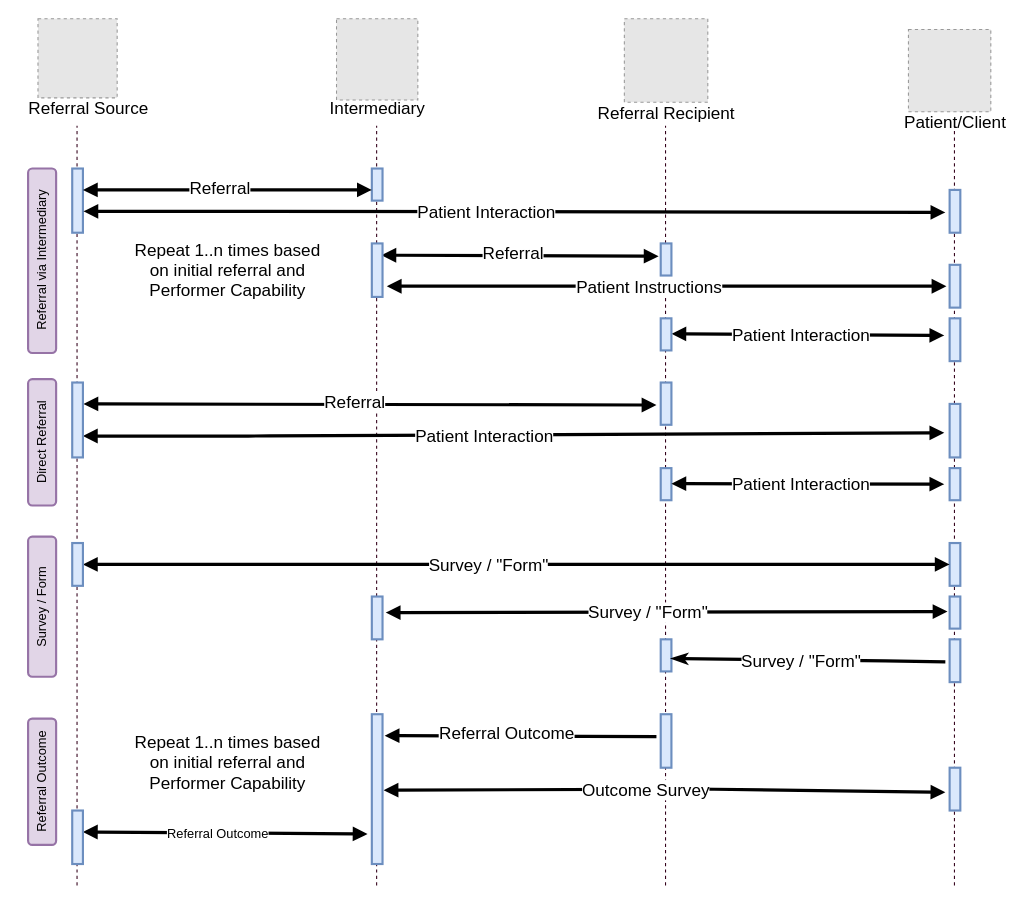
Before: Images Source/OverallInteractions.drawio in HL7/fhir-sdoh-clinicalcare, a draw.io diagram. Source tidied: cells renumbered, new cells numbered last; positions are measured from the earlier drawing's top-left corner, leaving out a move shared by most shapes. Both pictures are drawn from the tidied source at 107%, with x=0, y=0 at pixel (-50, 18). Pictures stored in the file or linked from it are replaced by grey dashed boxes.
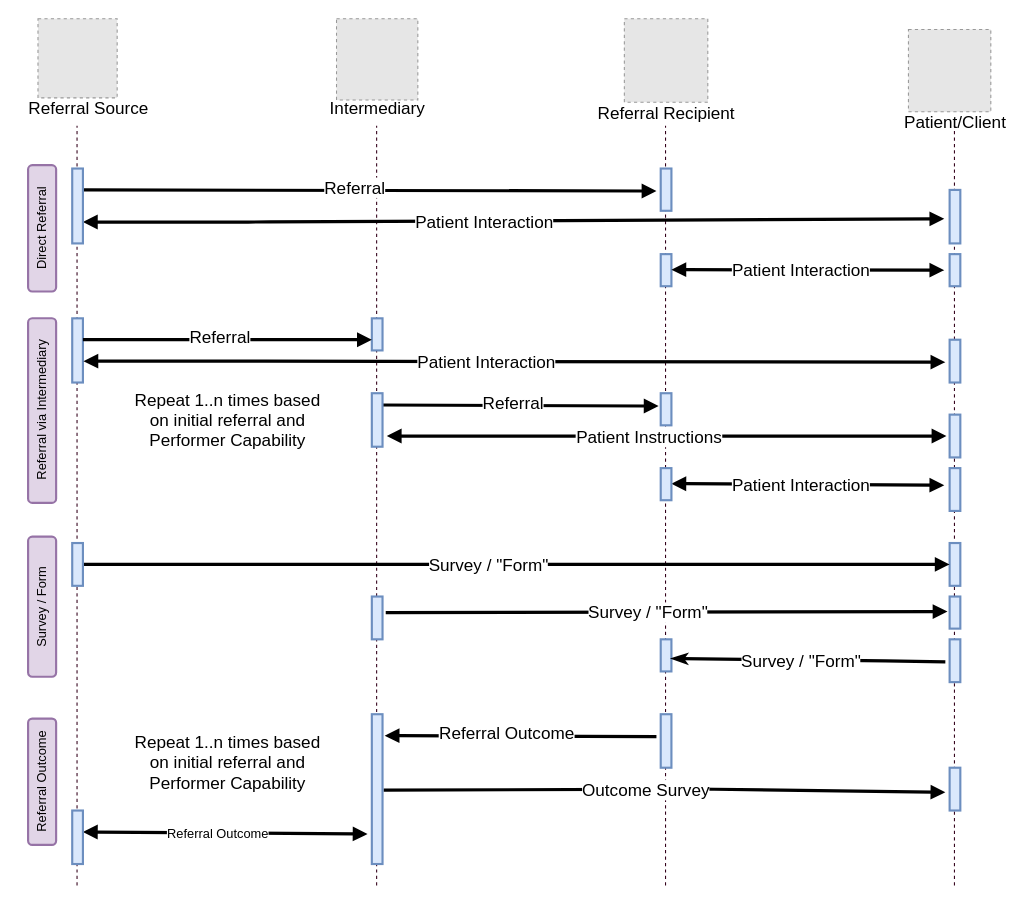
After the change.

Unchanged cells that the change refers to:
```xml
<mxCell id="11" style="html=1;points=[];perimeter=orthogonalPerimeter;fillColor=#dae8fc;strokeColor=#6c8ebf;strokeWidth=2;fontSize=16;" parent="1" vertex="1">
  <mxGeometry x="394" y="540" width="10" height="40" as="geometry" />
</mxCell>
<mxCell id="44" style="html=1;points=[];perimeter=orthogonalPerimeter;fillColor=#dae8fc;strokeColor=#6c8ebf;strokeWidth=2;fontSize=16;" parent="1" vertex="1">
  <mxGeometry x="394" y="650" width="10" height="140" as="geometry" />
</mxCell>
<mxCell id="54" style="html=1;points=[];perimeter=orthogonalPerimeter;fillColor=#dae8fc;strokeColor=#6c8ebf;strokeWidth=2;fontSize=16;" parent="1" vertex="1">
  <mxGeometry x="934" y="540" width="10" height="30" as="geometry" />
</mxCell>
<mxCell id="55" style="html=1;points=[];perimeter=orthogonalPerimeter;fillColor=#dae8fc;strokeColor=#6c8ebf;strokeWidth=2;fontSize=16;" parent="1" vertex="1">
  <mxGeometry x="934" y="700" width="10" height="40" as="geometry" />
</mxCell>
```

Diff of the diagram source:
```diff
@@
     <mxCell id="6" style="html=1;perimeter=orthogonalPerimeter;fillColor=#dae8fc;strokeColor=#6c8ebf;strokeWidth=2;" parent="1" vertex="1">
-      <mxGeometry x="114" y="140" width="10" height="60" as="geometry" />
+      <mxGeometry x="114" y="280" width="10" height="60" as="geometry" />
     </mxCell>
     <mxCell id="7" style="html=1;perimeter=orthogonalPerimeter;fillColor=#dae8fc;strokeColor=#6c8ebf;strokeWidth=2;fontSize=16;" parent="1" vertex="1">
-      <mxGeometry x="394" y="140" width="10" height="30" as="geometry" />
+      <mxGeometry x="394" y="280" width="10" height="30" as="geometry" />
     </mxCell>
-    <mxCell id="8" value="&lt;span style=&quot;font-size: 16px;&quot;&gt;Referral&lt;br style=&quot;font-size: 16px;&quot;&gt;&lt;/span&gt;" style="html=1;verticalAlign=bottom;endArrow=block;startArrow=block;startFill=1;strokeWidth=3;fontSize=16;" parent="1" edge="1">
+    <mxCell id="8" value="&lt;span style=&quot;font-size: 16px;&quot;&gt;Referral&lt;br style=&quot;font-size: 16px;&quot;&gt;&lt;/span&gt;" style="html=1;verticalAlign=bottom;endArrow=block;startArrow=none;startFill=0;strokeWidth=3;fontSize=16;" parent="1" edge="1">
       <mxGeometry x="-0.05" y="-10" relative="1" as="geometry">
-        <mxPoint x="124" y="160" as="sourcePoint" />
-        <mxPoint x="394" y="160" as="targetPoint" />
+        <mxPoint x="124" y="300" as="sourcePoint" />
+        <mxPoint x="394" y="300" as="targetPoint" />
       </mxGeometry>
     </mxCell>
     <mxCell id="9" value="&lt;span style=&quot;font-size: 12px&quot;&gt;&lt;br&gt;&lt;/span&gt;" style="html=1;verticalAlign=bottom;endArrow=block;startArrow=block;startFill=1;strokeWidth=3;entryX=-0.4;entryY=0.525;entryDx=0;entryDy=0;entryPerimeter=0;" parent="1" edge="1" target="50">
       <mxGeometry x="0.01" relative="1" as="geometry">
-        <mxPoint x="124.5" y="180" as="sourcePoint" />
+        <mxPoint x="124.5" y="320" as="sourcePoint" />
         <Array as="points">
-          <mxPoint x="284" y="180" />
+          <mxPoint x="284" y="320" />
         </Array>
       </mxGeometry>
     </mxCell>
@@
-    <mxCell id="13" value="&lt;span style=&quot;font-size: 16px;&quot;&gt;Referral&lt;br style=&quot;font-size: 16px;&quot;&gt;&lt;/span&gt;" style="html=1;verticalAlign=bottom;endArrow=block;startArrow=block;startFill=1;strokeWidth=3;exitX=0.9;exitY=0.22;exitDx=0;exitDy=0;exitPerimeter=0;entryX=-0.2;entryY=0.4;entryDx=0;entryDy=0;entryPerimeter=0;fontSize=16;" parent="1" edge="1" source="43" target="45">
+    <mxCell id="13" value="&lt;span style=&quot;font-size: 16px;&quot;&gt;Referral&lt;br style=&quot;font-size: 16px;&quot;&gt;&lt;/span&gt;" style="html=1;verticalAlign=bottom;endArrow=block;startArrow=none;startFill=0;strokeWidth=3;exitX=0.9;exitY=0.22;exitDx=0;exitDy=0;exitPerimeter=0;entryX=-0.2;entryY=0.4;entryDx=0;entryDy=0;entryPerimeter=0;fontSize=16;" parent="1" edge="1" source="43" target="45">
       <mxGeometry x="-0.05" y="-10" relative="1" as="geometry" />
     </mxCell>
@@
     <mxCell id="16" value="Repeat 1..n times based&lt;br style=&quot;font-size: 16px;&quot;&gt;on initial referral and&lt;br style=&quot;font-size: 16px;&quot;&gt;Performer Capability" style="text;html=1;align=center;verticalAlign=middle;fillColor=none;strokeColor=none;rounded=0;fontSize=16;" parent="1" vertex="1">
-      <mxGeometry x="164" y="205" width="190" height="60" as="geometry" />
+      <mxGeometry x="164" y="345" width="190" height="60" as="geometry" />
     </mxCell>
     <mxCell id="17" value="&lt;span style=&quot;font-size: 16px;&quot;&gt;&lt;br style=&quot;font-size: 16px;&quot;&gt;&lt;/span&gt;" style="html=1;verticalAlign=bottom;endArrow=block;startArrow=block;startFill=1;strokeWidth=3;entryX=-0.5;entryY=0.4;entryDx=0;entryDy=0;entryPerimeter=0;fontSize=16;" parent="1" edge="1" target="52">
       <mxGeometry x="0.01" relative="1" as="geometry">
-        <mxPoint x="674" y="294.5" as="sourcePoint" />
+        <mxPoint x="674" y="434.5" as="sourcePoint" />
       </mxGeometry>
     </mxCell>
@@
     <mxCell id="19" value="Referral via Intermediary" style="rounded=1;whiteSpace=wrap;html=1;rotation=-90;fillColor=#e1d5e7;strokeColor=#9673a6;strokeWidth=2;" parent="1" vertex="1">
-      <mxGeometry x="-0.4" y="213.1" width="172.5" height="26.2" as="geometry" />
+      <mxGeometry x="-0.4" y="353.1" width="172.5" height="26.2" as="geometry" />
     </mxCell>
-    <mxCell id="20" value="&lt;span style=&quot;font-size: 16px;&quot;&gt;Referral&lt;br style=&quot;font-size: 16px;&quot;&gt;&lt;/span&gt;" style="html=1;verticalAlign=bottom;endArrow=block;startArrow=block;startFill=1;strokeWidth=3;entryX=-0.4;entryY=0.532;entryDx=0;entryDy=0;entryPerimeter=0;fontSize=16;" parent="1" edge="1" target="48">
+    <mxCell id="20" value="&lt;span style=&quot;font-size: 16px;&quot;&gt;Referral&lt;br style=&quot;font-size: 16px;&quot;&gt;&lt;/span&gt;" style="html=1;verticalAlign=bottom;endArrow=block;startArrow=none;startFill=0;strokeWidth=3;entryX=-0.4;entryY=0.532;entryDx=0;entryDy=0;entryPerimeter=0;fontSize=16;" parent="1" edge="1" target="48">
       <mxGeometry x="-0.05" y="-10" relative="1" as="geometry">
-        <mxPoint x="124.5" y="360" as="sourcePoint" />
+        <mxPoint x="124.5" y="160" as="sourcePoint" />
       </mxGeometry>
     </mxCell>
     <mxCell id="21" value="Direct Referral" style="rounded=1;whiteSpace=wrap;html=1;rotation=-90;fillColor=#e1d5e7;strokeColor=#9673a6;strokeWidth=2;" parent="1" vertex="1">
-      <mxGeometry x="26.8" y="382.8" width="118.1" height="26.2" as="geometry" />
+      <mxGeometry x="26.8" y="182.8" width="118.1" height="26.2" as="geometry" />
     </mxCell>
     <mxCell id="22" value="&lt;span style=&quot;font-size: 12px&quot;&gt;&lt;br&gt;&lt;/span&gt;" style="html=1;verticalAlign=bottom;endArrow=block;startArrow=block;startFill=1;strokeWidth=3;entryX=-0.5;entryY=0.54;entryDx=0;entryDy=0;entryPerimeter=0;" parent="1" edge="1" target="53">
       <mxGeometry x="0.01" relative="1" as="geometry">
-        <mxPoint x="124" y="390" as="sourcePoint" />
+        <mxPoint x="124" y="190" as="sourcePoint" />
         <Array as="points">
-          <mxPoint x="288.5" y="390" />
+          <mxPoint x="288.5" y="190" />
         </Array>
       </mxGeometry>
     </mxCell>
@@
     <mxCell id="24" style="html=1;perimeter=orthogonalPerimeter;fillColor=#dae8fc;strokeColor=#6c8ebf;strokeWidth=2;fontSize=16;" parent="1" vertex="1">
-      <mxGeometry x="664" y="420" width="10" height="30" as="geometry" />
+      <mxGeometry x="664" y="220" width="10" height="30" as="geometry" />
     </mxCell>
     <mxCell id="25" style="html=1;points=[];perimeter=orthogonalPerimeter;fillColor=#dae8fc;strokeColor=#6c8ebf;strokeWidth=2;fontSize=16;" parent="1" vertex="1">
-      <mxGeometry x="934" y="420" width="10" height="30" as="geometry" />
+      <mxGeometry x="934" y="220" width="10" height="30" as="geometry" />
     </mxCell>
     <mxCell id="26" value="&lt;span style=&quot;font-size: 16px;&quot;&gt;&lt;br style=&quot;font-size: 16px;&quot;&gt;&lt;/span&gt;" style="html=1;verticalAlign=bottom;endArrow=block;startArrow=block;startFill=1;strokeWidth=3;entryX=-0.5;entryY=0.5;entryDx=0;entryDy=0;entryPerimeter=0;fontSize=16;" parent="1" edge="1" target="25">
       <mxGeometry x="0.01" relative="1" as="geometry">
-        <mxPoint x="674" y="434.5" as="sourcePoint" />
+        <mxPoint x="674" y="234.5" as="sourcePoint" />
       </mxGeometry>
     </mxCell>
@@
-    <mxCell id="29" value="&lt;span style=&quot;font-size: 12px&quot;&gt;&lt;br&gt;&lt;/span&gt;" style="html=1;verticalAlign=bottom;endArrow=block;startArrow=block;startFill=1;strokeWidth=3;" parent="1" edge="1">
+    <mxCell id="29" value="&lt;span style=&quot;font-size: 12px&quot;&gt;&lt;br&gt;&lt;/span&gt;" style="html=1;verticalAlign=bottom;endArrow=block;startArrow=none;startFill=0;strokeWidth=3;" parent="1" edge="1">
       <mxGeometry x="0.01" relative="1" as="geometry">
         <mxPoint x="124" y="510" as="sourcePoint" />
         <mxPoint x="934" y="510" as="targetPoint" />
         <Array as="points">
           <mxPoint x="288.5" y="510" />
         </Array>
       </mxGeometry>
     </mxCell>
@@
-    <mxCell id="31" value="&lt;span style=&quot;font-size: 16px;&quot;&gt;&lt;br style=&quot;font-size: 16px;&quot;&gt;&lt;/span&gt;" style="html=1;verticalAlign=bottom;endArrow=block;startArrow=block;startFill=1;strokeWidth=3;exitX=1.3;exitY=0.375;exitDx=0;exitDy=0;exitPerimeter=0;entryX=-0.2;entryY=0.467;entryDx=0;entryDy=0;entryPerimeter=0;fontSize=16;" parent="1" edge="1" source="11" target="54">
+    <mxCell id="31" value="&lt;span style=&quot;font-size: 16px;&quot;&gt;&lt;br style=&quot;font-size: 16px;&quot;&gt;&lt;/span&gt;" style="html=1;verticalAlign=bottom;endArrow=block;startArrow=none;startFill=0;strokeWidth=3;exitX=1.3;exitY=0.375;exitDx=0;exitDy=0;exitPerimeter=0;entryX=-0.2;entryY=0.467;entryDx=0;entryDy=0;entryPerimeter=0;fontSize=16;" parent="1" edge="1" source="11" target="54">
       <mxGeometry x="0.01" relative="1" as="geometry" />
     </mxCell>
@@
-    <mxCell id="35" style="html=1;verticalAlign=bottom;endArrow=block;startArrow=block;startFill=1;strokeWidth=3;exitX=1.1;exitY=0.507;exitDx=0;exitDy=0;exitPerimeter=0;entryX=-0.4;entryY=0.575;entryDx=0;entryDy=0;entryPerimeter=0;fontSize=16;" parent="1" edge="1" source="44" target="55">
+    <mxCell id="35" style="html=1;verticalAlign=bottom;endArrow=block;startArrow=none;startFill=0;strokeWidth=3;exitX=1.1;exitY=0.507;exitDx=0;exitDy=0;exitPerimeter=0;entryX=-0.4;entryY=0.575;entryDx=0;entryDy=0;entryPerimeter=0;fontSize=16;" parent="1" edge="1" source="44" target="55">
       <mxGeometry x="0.01" relative="1" as="geometry">
         <Array as="points">
           <mxPoint x="704" y="720" />
         </Array>
       </mxGeometry>
     </mxCell>
@@
     <mxCell id="41" style="html=1;perimeter=orthogonalPerimeter;fillColor=#dae8fc;strokeColor=#6c8ebf;strokeWidth=2;" parent="1" vertex="1">
-      <mxGeometry x="114" y="340" width="10" height="70" as="geometry" />
+      <mxGeometry x="114" y="140" width="10" height="70" as="geometry" />
     </mxCell>
@@
     <mxCell id="43" style="html=1;points=[];perimeter=orthogonalPerimeter;fillColor=#dae8fc;strokeColor=#6c8ebf;strokeWidth=2;fontSize=16;" parent="1" vertex="1">
-      <mxGeometry x="394" y="210" width="10" height="50" as="geometry" />
+      <mxGeometry x="394" y="350" width="10" height="50" as="geometry" />
     </mxCell>
@@
     <mxCell id="45" style="html=1;points=[];perimeter=orthogonalPerimeter;fillColor=#dae8fc;strokeColor=#6c8ebf;strokeWidth=2;fontSize=16;" parent="1" vertex="1">
-      <mxGeometry x="664" y="210" width="10" height="30" as="geometry" />
+      <mxGeometry x="664" y="350" width="10" height="30" as="geometry" />
     </mxCell>
@@
     <mxCell id="47" style="html=1;perimeter=orthogonalPerimeter;fillColor=#dae8fc;strokeColor=#6c8ebf;strokeWidth=2;fontSize=16;" parent="1" vertex="1">
-      <mxGeometry x="664" y="280" width="10" height="30" as="geometry" />
+      <mxGeometry x="664" y="420" width="10" height="30" as="geometry" />
     </mxCell>
     <mxCell id="48" style="html=1;points=[];perimeter=orthogonalPerimeter;fillColor=#dae8fc;strokeColor=#6c8ebf;strokeWidth=2;fontSize=16;" parent="1" vertex="1">
-      <mxGeometry x="664" y="340" width="10" height="39.5" as="geometry" />
+      <mxGeometry x="664" y="140" width="10" height="39.5" as="geometry" />
     </mxCell>
@@
     <mxCell id="50" style="html=1;points=[];perimeter=orthogonalPerimeter;fillColor=#dae8fc;strokeColor=#6c8ebf;strokeWidth=2;fontSize=16;" parent="1" vertex="1">
-      <mxGeometry x="934" y="160" width="10" height="40" as="geometry" />
+      <mxGeometry x="934" y="300" width="10" height="40" as="geometry" />
     </mxCell>
     <mxCell id="51" style="html=1;points=[];perimeter=orthogonalPerimeter;fillColor=#dae8fc;strokeColor=#6c8ebf;strokeWidth=2;fontSize=16;" parent="1" vertex="1">
-      <mxGeometry x="934" y="230" width="10" height="40" as="geometry" />
+      <mxGeometry x="934" y="370" width="10" height="40" as="geometry" />
     </mxCell>
     <mxCell id="52" style="html=1;points=[];perimeter=orthogonalPerimeter;fillColor=#dae8fc;strokeColor=#6c8ebf;strokeWidth=2;fontSize=16;" parent="1" vertex="1">
-      <mxGeometry x="934" y="280" width="10" height="40" as="geometry" />
+      <mxGeometry x="934" y="420" width="10" height="40" as="geometry" />
     </mxCell>
     <mxCell id="53" style="html=1;points=[];perimeter=orthogonalPerimeter;fillColor=#dae8fc;strokeColor=#6c8ebf;strokeWidth=2;fontSize=16;" parent="1" vertex="1">
-      <mxGeometry x="934" y="360" width="10" height="50" as="geometry" />
+      <mxGeometry x="934" y="160" width="10" height="50" as="geometry" />
     </mxCell>
```
